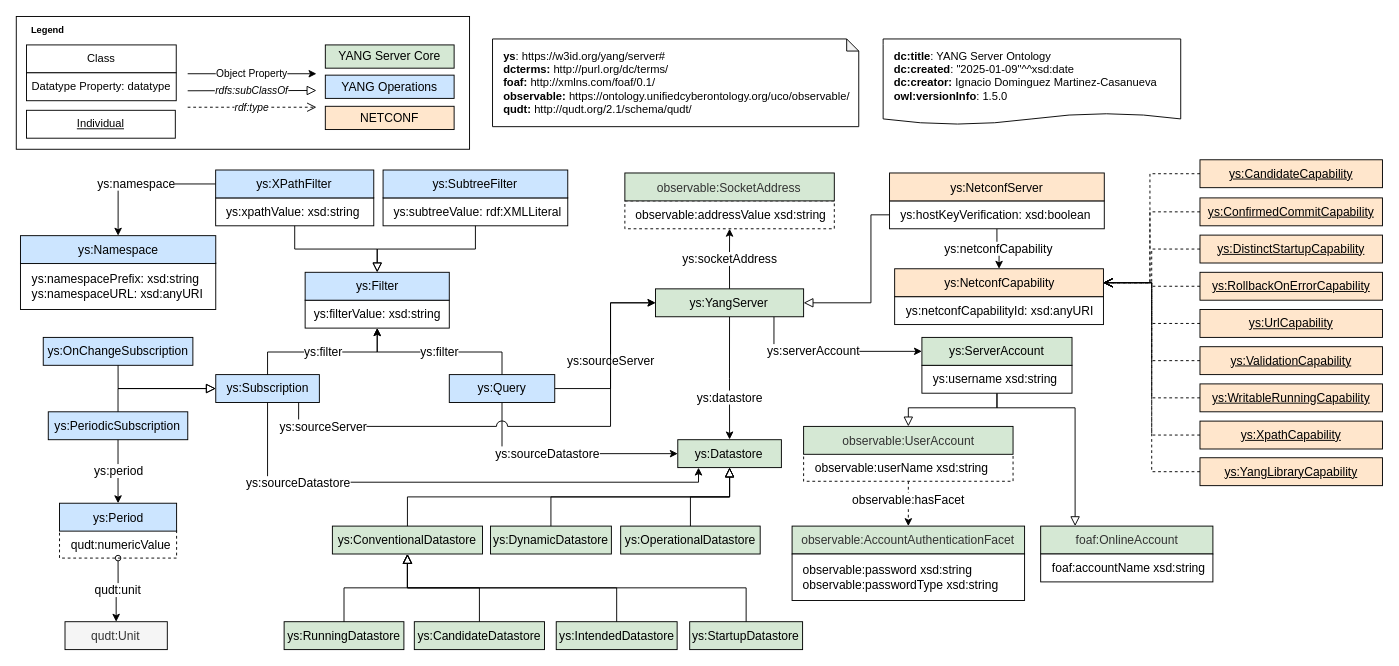
This is page "1.5.0" (1 of 4) of diagrams/yang-server-figures.drawio from candil-data-fabric/yang-server-ontology, a draw.io file, before an edit. Source tidied: cells renumbered, new cells numbered last; positions are measured from the earlier drawing's top-left corner, leaving out a move shared by most shapes. Both pictures are drawn from the tidied source at 93%, with x=0, y=0 at pixel (20, -144).
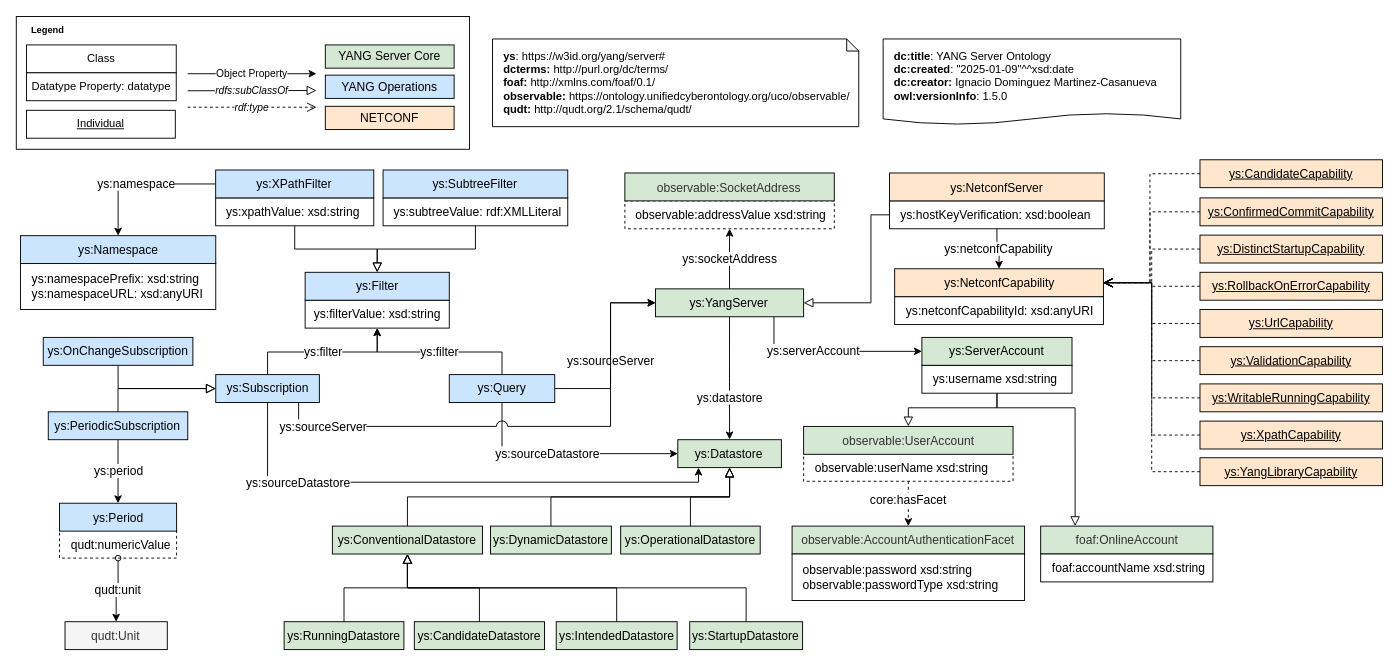
Above is the later version.

Commit message (it also covers changes not shown here):
Fix prefix of core:hasFacet

The change refers to these unchanged cells:
```xml
<mxCell id="86" value="observable:userName xsd:string" style="rounded=0;whiteSpace=wrap;html=1;snapToPoint=1;points=[[0.1,0],[0.2,0],[0.3,0],[0.4,0],[0.5,0],[0.6,0],[0.7,0],[0.8,0],[0.9,0],[0,0.1],[0,0.3],[0,0.5],[0,0.7],[0,0.9],[0.1,1],[0.2,1],[0.3,1],[0.4,1],[0.5,1],[0.6,1],[0.7,1],[0.8,1],[0.9,1],[1,0.1],[1,0.3],[1,0.5],[1,0.7],[1,0.9]];align=left;spacingLeft=10;fontSize=13;dashed=1;strokeColor=#000000;" parent="1" vertex="1">
  <mxGeometry x="842.6" y="642" width="225.2" height="30" as="geometry" />
</mxCell>
<mxCell id="87" value="observable:AccountAuthenticationFacet" style="rounded=0;whiteSpace=wrap;html=1;snapToPoint=1;points=[[0.1,0],[0.2,0],[0.3,0],[0.4,0],[0.5,0],[0.6,0],[0.7,0],[0.8,0],[0.9,0],[0,0.1],[0,0.3],[0,0.5],[0,0.7],[0,0.9],[0.1,1],[0.2,1],[0.3,1],[0.4,1],[0.5,1],[0.6,1],[0.7,1],[0.8,1],[0.9,1],[1,0.1],[1,0.3],[1,0.5],[1,0.7],[1,0.9]];fillColor=#D5E8D4;strokeColor=#000000;fontSize=13;fontColor=#333333;" parent="1" vertex="1">
  <mxGeometry x="830.2" y="720.2" width="250" height="30" as="geometry" />
</mxCell>
```

What changed in the source:
```diff
@@
-    <mxCell id="85" value="observable:hasFacet" style="edgeStyle=orthogonalEdgeStyle;rounded=0;jettySize=auto;html=1;exitX=0.5;exitY=1;exitDx=0;exitDy=0;entryX=0.5;entryY=0;entryDx=0;entryDy=0;dashed=1;strokeColor=#000000;align=center;verticalAlign=middle;fontFamily=Helvetica;fontSize=13;fontColor=default;labelBackgroundColor=default;endArrow=classic;" parent="1" edge="1" source="86" target="87">
+    <mxCell id="85" value="core:hasFacet" style="edgeStyle=orthogonalEdgeStyle;rounded=0;jettySize=auto;html=1;exitX=0.5;exitY=1;exitDx=0;exitDy=0;entryX=0.5;entryY=0;entryDx=0;entryDy=0;dashed=1;strokeColor=#000000;align=center;verticalAlign=middle;fontFamily=Helvetica;fontSize=13;fontColor=default;labelBackgroundColor=default;endArrow=classic;" parent="1" edge="1" source="86" target="87">
       <mxGeometry x="-0.15" relative="1" as="geometry" />
     </mxCell>
```
